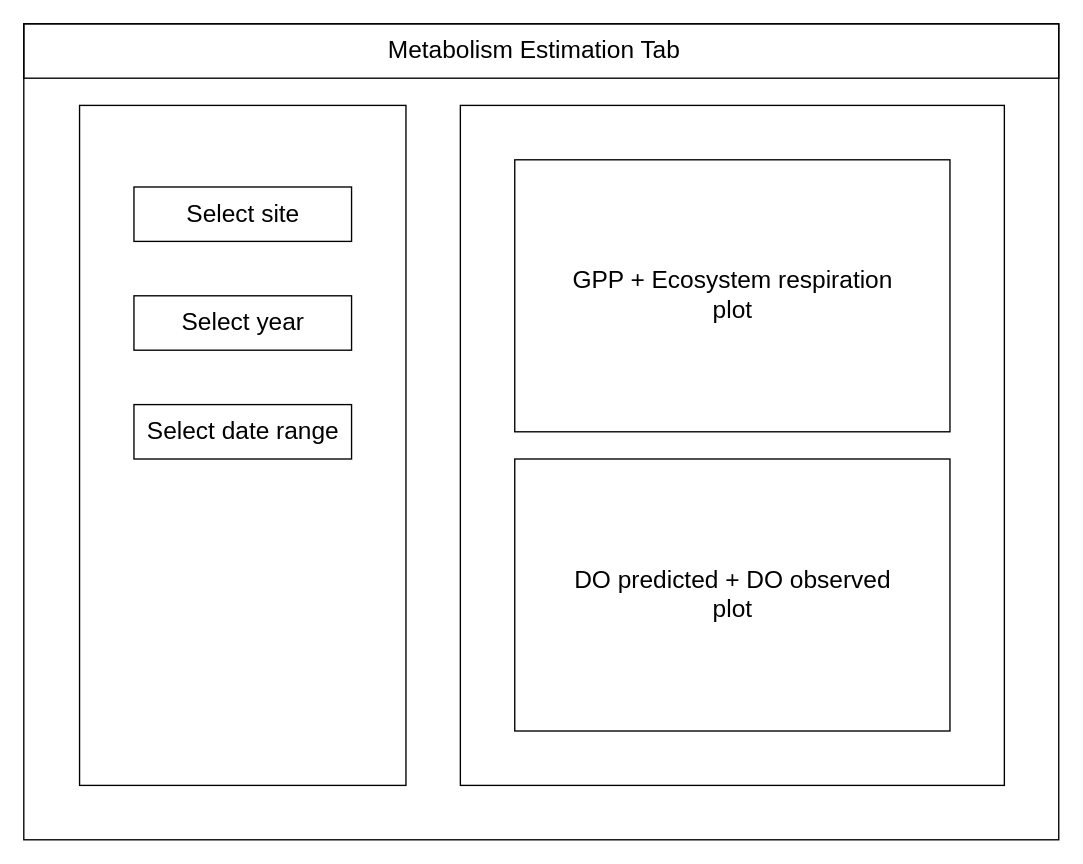
Above: images/Untitled Diagram.drawio in gilesnknight/swan.canning.dashboard (draw.io), before the change. Source tidied: cells renumbered, new cells numbered last; positions are measured from the earlier drawing's top-left corner, leaving out a move shared by most shapes. Both pictures are drawn from the tidied source at 136%, with x=0, y=0 at pixel (23, 23).
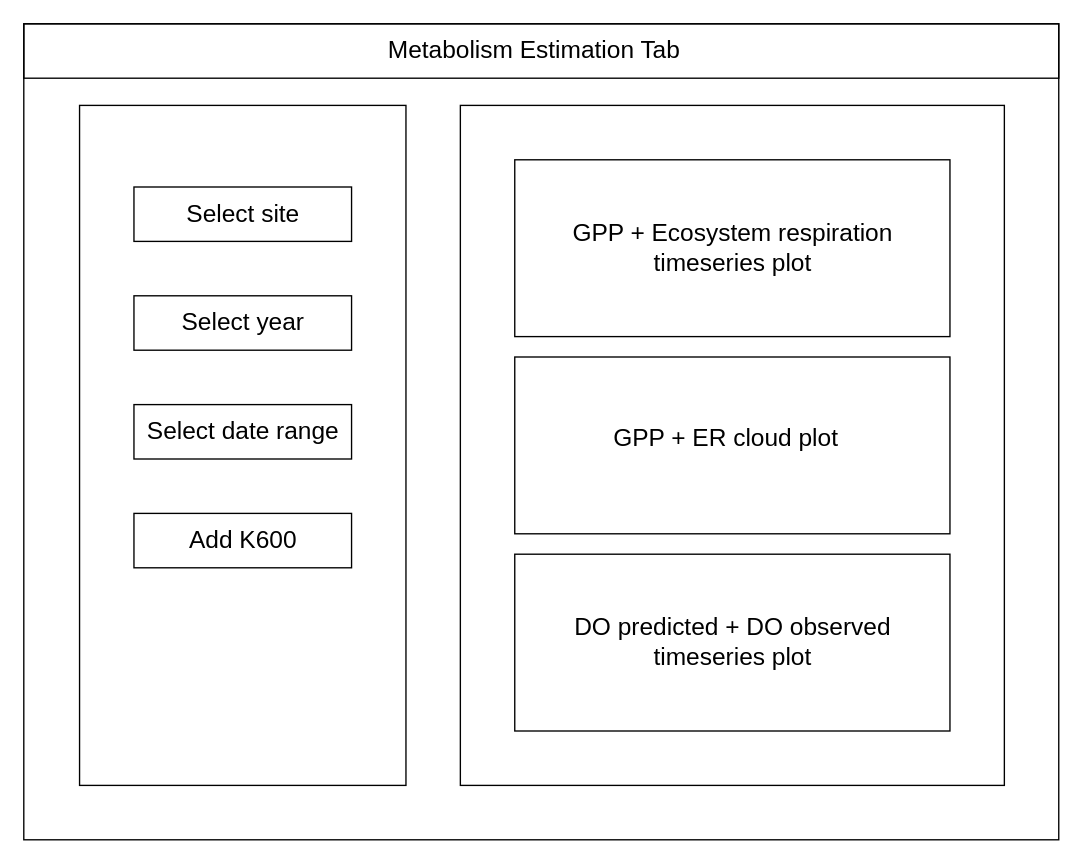
The same page after the edit.

Diff of the diagram source:
```diff
@@
     <mxCell id="7" style="rounded=0;whiteSpace=wrap;html=1;hachureGap=4;fillColor=none;" parent="1" vertex="1">
-      <mxGeometry x="361" y="100" width="320" height="200" as="geometry" />
+      <mxGeometry x="361" y="100" width="320" height="130" as="geometry" />
     </mxCell>
-    <mxCell id="8" style="rounded=0;whiteSpace=wrap;html=1;hachureGap=4;fillColor=none;" parent="1" vertex="1">
-      <mxGeometry x="361" y="320" width="320" height="200" as="geometry" />
-    </mxCell>
-    <mxCell id="9" value="&lt;font style=&quot;font-size: 18px&quot;&gt;GPP + Ecosystem respiration&lt;br&gt;plot&lt;br&gt;&lt;/font&gt;" style="text;html=1;align=center;verticalAlign=middle;strokeColor=none;fillColor=none;" parent="1" vertex="1">
-      <mxGeometry x="391" y="180" width="260" height="40" as="geometry" />
+    <mxCell id="9" value="&lt;font style=&quot;font-size: 18px&quot;&gt;GPP + Ecosystem respiration&lt;br&gt;timeseries plot&lt;br&gt;&lt;/font&gt;" style="text;html=1;align=center;verticalAlign=middle;strokeColor=none;fillColor=none;" parent="1" vertex="1">
+      <mxGeometry x="391" y="145" width="260" height="40" as="geometry" />
     </mxCell>
-    <mxCell id="10" value="&lt;font style=&quot;font-size: 18px&quot;&gt;DO predicted + DO observed&lt;br&gt;plot&lt;br&gt;&lt;/font&gt;" style="text;html=1;align=center;verticalAlign=middle;strokeColor=none;fillColor=none;" parent="1" vertex="1">
-      <mxGeometry x="396" y="400" width="250" height="40" as="geometry" />
+    <mxCell id="10" value="&lt;font style=&quot;font-size: 18px&quot;&gt;DO predicted + DO observed&lt;br&gt;timeseries&amp;nbsp;plot&lt;br&gt;&lt;/font&gt;" style="text;html=1;align=center;verticalAlign=middle;strokeColor=none;fillColor=none;" parent="1" vertex="1">
+      <mxGeometry x="396" y="435" width="250" height="40" as="geometry" />
     </mxCell>
@@
+    <mxCell id="17" style="rounded=0;whiteSpace=wrap;html=1;hachureGap=4;fillColor=none;" parent="1" vertex="1">
+      <mxGeometry x="361" y="245" width="320" height="130" as="geometry" />
+    </mxCell>
+    <mxCell id="18" style="rounded=0;whiteSpace=wrap;html=1;hachureGap=4;fillColor=none;" parent="1" vertex="1">
+      <mxGeometry x="361" y="390" width="320" height="130" as="geometry" />
+    </mxCell>
+    <mxCell id="19" value="&lt;font style=&quot;font-size: 18px&quot;&gt;GPP + ER&amp;nbsp;cloud plot&lt;br&gt;&lt;/font&gt;" style="text;html=1;align=center;verticalAlign=middle;strokeColor=none;fillColor=none;" parent="1" vertex="1">
+      <mxGeometry x="426" y="295" width="180" height="20" as="geometry" />
+    </mxCell>
+    <mxCell id="20" style="rounded=0;whiteSpace=wrap;html=1;hachureGap=4;fillColor=none;" parent="1" vertex="1">
+      <mxGeometry x="81" y="360" width="160" height="40" as="geometry" />
+    </mxCell>
+    <mxCell id="21" value="&lt;font style=&quot;font-size: 18px&quot;&gt;Add K600&lt;br&gt;&lt;/font&gt;" style="text;html=1;align=center;verticalAlign=middle;strokeColor=none;fillColor=none;" parent="1" vertex="1">
+      <mxGeometry x="111" y="370" width="100" height="20" as="geometry" />
+    </mxCell>
```
